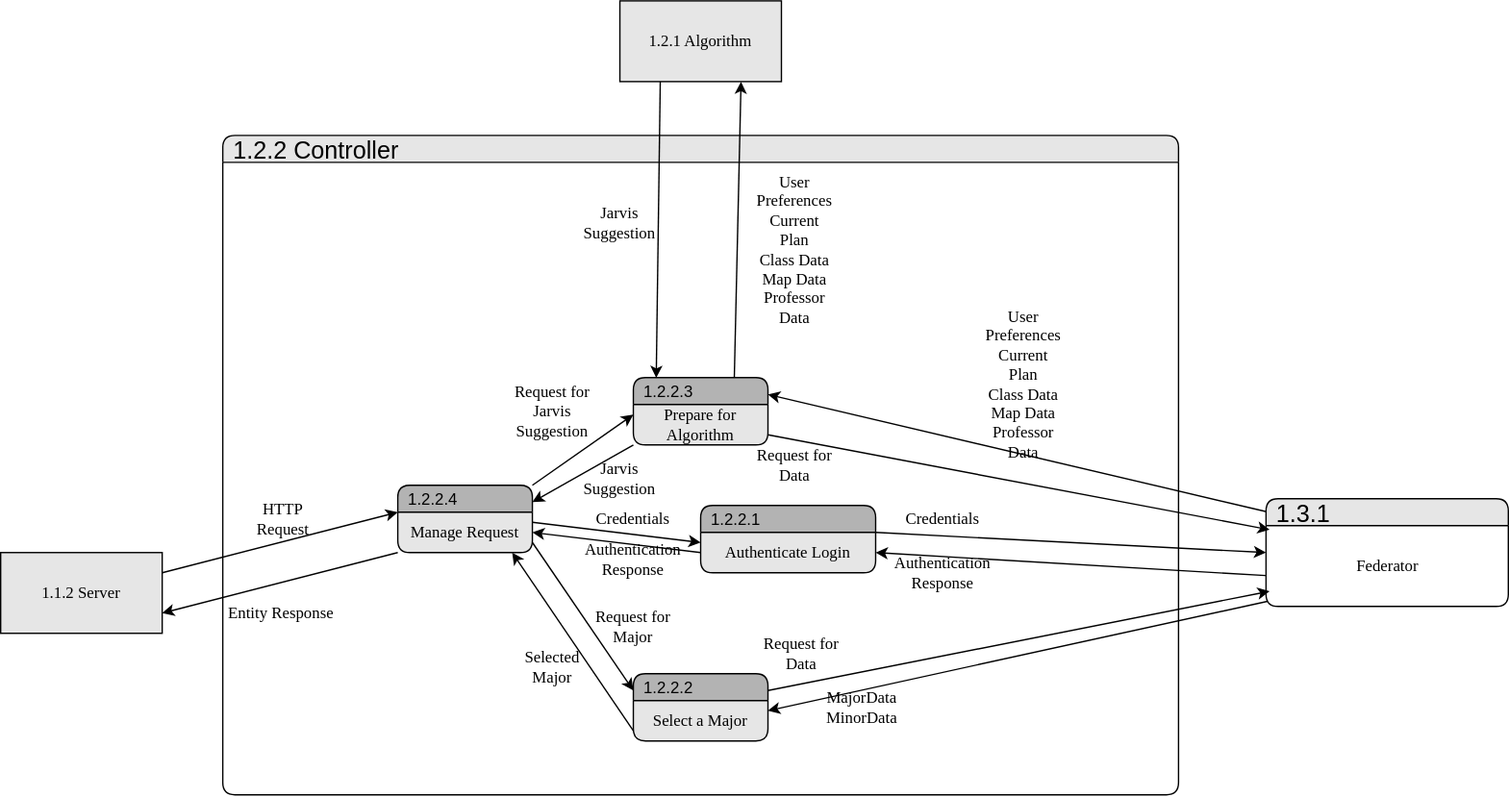
The draw.io diagram Logic/TeamTwoFiles/SimpleController_DFD.drawio.svg in MckennahPalmer/CSE430, before a commit. Source tidied: cells renumbered, new cells last; positions are measured from the earlier drawing's top-left corner, leaving out a move shared by most shapes.
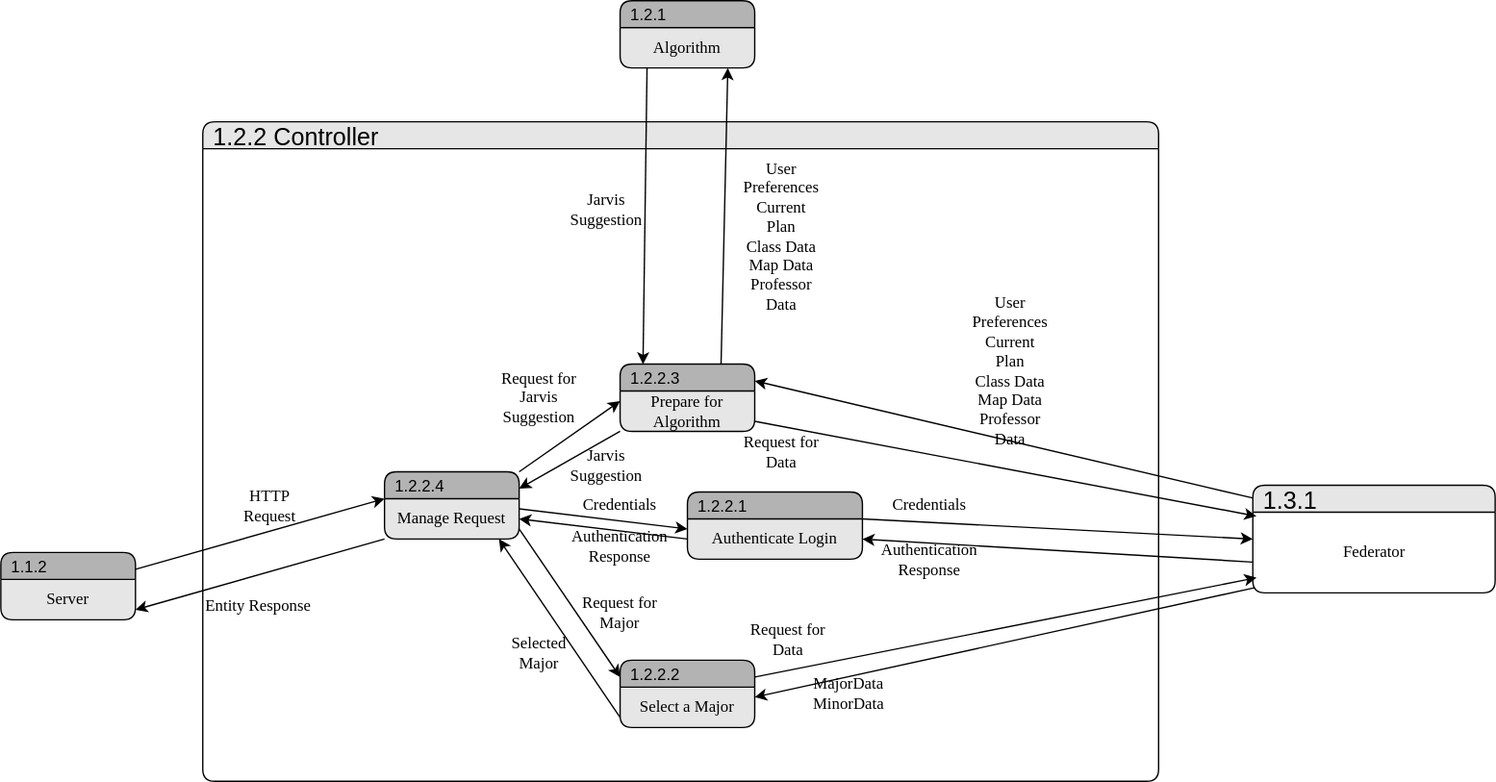
After the commit.

Diff of the diagram source:
```diff
@@ -3,7 +3,7 @@
     <mxCell id="0" />
     <mxCell id="1" parent="0" />
     <mxCell id="2" value="1.2.2 Controller" style="swimlane;fontStyle=0;horizontal=1;startSize=20;fillColor=#E6E6E6;swimlaneFillColor=#FFFFFF;rounded=1;strokeColor=default;align=left;verticalAlign=middle;fontFamily=Helvetica;fontSize=18;fontColor=default;spacingLeft=6;shadow=0;" parent="1" vertex="1">
-      <mxGeometry x="165" y="100" width="710" height="490" as="geometry" />
+      <mxGeometry x="160" y="100" width="710" height="490" as="geometry" />
     </mxCell>
     <mxCell id="3" style="edgeStyle=none;rounded=0;jettySize=auto;html=1;exitX=0.015;exitY=0.621;exitDx=0;exitDy=0;entryX=1;entryY=0.5;entryDx=0;entryDy=0;exitPerimeter=0;" parent="1" edge="1" source="7" target="11">
       <mxGeometry relative="1" as="geometry" />
@@ -20,12 +20,9 @@
     <mxCell id="7" value="&lt;br&gt;&lt;font style=&quot;font-size: 12px;&quot; face=&quot;Times New Roman&quot;&gt;Federator&lt;br&gt;&lt;br&gt;&lt;/font&gt;" style="text;html=1;align=center;verticalAlign=middle;points=[];strokeColor=none;fillColor=none;" parent="6" vertex="1">
       <mxGeometry y="20" width="180" height="60" as="geometry" />
     </mxCell>
-    <mxCell id="8" style="edgeStyle=none;rounded=0;jettySize=auto;html=1;exitX=1;exitY=0.25;exitDx=0;exitDy=0;entryX=0;entryY=0;entryDx=0;entryDy=0;" parent="1" edge="1" source="9" target="23">
+    <mxCell id="8" style="edgeStyle=none;rounded=0;jettySize=auto;html=1;exitX=1;exitY=0.25;exitDx=0;exitDy=0;entryX=0;entryY=0;entryDx=0;entryDy=0;" parent="1" edge="1" source="49" target="23">
       <mxGeometry relative="1" as="geometry" />
     </mxCell>
-    <mxCell id="9" value="&lt;font face=&quot;Times New Roman&quot;&gt;1.1.2 Server&lt;/font&gt;" style="rounded=0;whiteSpace=wrap;html=1;strokeColor=default;align=center;verticalAlign=middle;fontFamily=Helvetica;fontSize=12;fontColor=default;startSize=20;fillColor=#E6E6E6;" parent="1" vertex="1">
-      <mxGeometry y="410" width="120" height="60" as="geometry" />
-    </mxCell>
     <mxCell id="10" value="1.2.2.1" style="swimlane;fontStyle=0;horizontal=1;startSize=20;fillColor=#B3B3B3;swimlaneFillColor=#E6E6E6;rounded=1;strokeColor=default;align=left;verticalAlign=middle;fontFamily=Helvetica;fontSize=12;fontColor=default;spacingLeft=6;shadow=0;" parent="1" vertex="1">
       <mxGeometry x="520" y="375" width="130" height="50" as="geometry" />
     </mxCell>
@@ -38,8 +35,10 @@
     <mxCell id="13" value="&lt;font face=&quot;Times New Roman&quot;&gt;Select a Major&lt;/font&gt;" style="text;html=1;strokeColor=none;fillColor=none;align=center;verticalAlign=middle;whiteSpace=wrap;rounded=0;fontSize=12;fontFamily=Helvetica;fontColor=default;" parent="12" vertex="1">
       <mxGeometry y="20" width="100" height="30" as="geometry" />
     </mxCell>
-    <mxCell id="14" style="edgeStyle=none;rounded=0;jettySize=auto;html=1;exitX=0.75;exitY=0;exitDx=0;exitDy=0;entryX=0.75;entryY=1;entryDx=0;entryDy=0;" parent="1" edge="1" source="15" target="18">
-      <mxGeometry relative="1" as="geometry" />
+    <mxCell id="14" style="edgeStyle=none;rounded=0;jettySize=auto;html=1;exitX=0.75;exitY=0;exitDx=0;exitDy=0;entryX=0.75;entryY=1;entryDx=0;entryDy=0;" parent="1" edge="1" source="15">
+      <mxGeometry relative="1" as="geometry">
+        <mxPoint x="550" y="60" as="targetPoint" />
+      </mxGeometry>
     </mxCell>
     <mxCell id="15" value="1.2.2.3" style="swimlane;fontStyle=0;horizontal=1;startSize=20;fillColor=#B3B3B3;swimlaneFillColor=#E6E6E6;rounded=1;strokeColor=default;align=left;verticalAlign=middle;fontFamily=Helvetica;fontSize=12;fontColor=default;spacingLeft=6;shadow=0;" parent="1" vertex="1">
       <mxGeometry x="470" y="280" width="100" height="50" as="geometry" />
@@ -47,12 +46,11 @@
     <mxCell id="16" value="&lt;font face=&quot;Times New Roman&quot;&gt;Prepare for Algorithm&lt;/font&gt;" style="text;html=1;strokeColor=none;fillColor=none;align=center;verticalAlign=middle;whiteSpace=wrap;rounded=0;fontSize=12;fontFamily=Helvetica;fontColor=default;" parent="15" vertex="1">
       <mxGeometry y="20" width="100" height="30" as="geometry" />
     </mxCell>
-    <mxCell id="17" style="edgeStyle=none;rounded=0;jettySize=auto;html=1;exitX=0.25;exitY=1;exitDx=0;exitDy=0;entryX=0.17;entryY=0.003;entryDx=0;entryDy=0;entryPerimeter=0;" parent="1" edge="1" source="18" target="15">
-      <mxGeometry relative="1" as="geometry" />
+    <mxCell id="17" style="edgeStyle=none;rounded=0;jettySize=auto;html=1;exitX=0.25;exitY=1;exitDx=0;exitDy=0;entryX=0.17;entryY=0.003;entryDx=0;entryDy=0;entryPerimeter=0;" parent="1" edge="1" target="15">
+      <mxGeometry relative="1" as="geometry">
+        <mxPoint x="490" y="60" as="sourcePoint" />
+      </mxGeometry>
     </mxCell>
-    <mxCell id="18" value="&lt;font face=&quot;Times New Roman&quot;&gt;1.2.1 Algorithm&lt;/font&gt;" style="rounded=0;whiteSpace=wrap;html=1;strokeColor=default;align=center;verticalAlign=middle;fontFamily=Helvetica;fontSize=12;fontColor=default;startSize=20;fillColor=#E6E6E6;" parent="1" vertex="1">
-      <mxGeometry x="460" width="120" height="60" as="geometry" />
-    </mxCell>
     <mxCell id="19" value="&lt;font face=&quot;Times New Roman&quot;&gt;User Preferences&lt;br&gt;Current Plan&lt;br&gt;Class Data&lt;br&gt;Map Data&lt;br&gt;Professor Data&lt;/font&gt;" style="text;html=1;align=center;verticalAlign=middle;whiteSpace=wrap;rounded=0;" parent="1" vertex="1">
       <mxGeometry x="560" y="170" width="60" height="30" as="geometry" />
     </mxCell>
@@ -71,7 +69,7 @@
     <mxCell id="24" value="&lt;font face=&quot;Times New Roman&quot;&gt;HTTP Request&lt;br&gt;&lt;/font&gt;" style="text;html=1;align=center;verticalAlign=middle;whiteSpace=wrap;rounded=0;" parent="1" vertex="1">
       <mxGeometry x="180" y="370" width="60" height="30" as="geometry" />
     </mxCell>
-    <mxCell id="25" style="edgeStyle=none;rounded=0;jettySize=auto;html=1;exitX=0;exitY=1;exitDx=0;exitDy=0;entryX=1;entryY=0.75;entryDx=0;entryDy=0;" parent="1" edge="1" source="23" target="9">
+    <mxCell id="25" style="edgeStyle=none;rounded=0;jettySize=auto;html=1;exitX=0;exitY=1;exitDx=0;exitDy=0;entryX=1;entryY=0.75;entryDx=0;entryDy=0;" parent="1" edge="1" source="23" target="50">
       <mxGeometry relative="1" as="geometry" />
     </mxCell>
     <mxCell id="26" value="&lt;font style=&quot;font-size: 12px;&quot; face=&quot;Times New Roman&quot;&gt;Entity Response&lt;br&gt;&lt;/font&gt;" style="edgeLabel;html=1;align=center;verticalAlign=middle;" parent="25" vertex="1">
@@ -141,5 +139,17 @@
     <mxCell id="46" value="&lt;font face=&quot;Times New Roman&quot;&gt;Request for Major&lt;br&gt;&lt;/font&gt;" style="text;html=1;align=center;verticalAlign=middle;whiteSpace=wrap;rounded=0;" parent="1" vertex="1">
       <mxGeometry x="440" y="450" width="60" height="30" as="geometry" />
     </mxCell>
+    <mxCell id="47" value="1.2.1" style="swimlane;fontStyle=0;horizontal=1;startSize=20;fillColor=#B3B3B3;swimlaneFillColor=#E6E6E6;rounded=1;strokeColor=default;align=left;verticalAlign=middle;fontFamily=Helvetica;fontSize=12;fontColor=default;spacingLeft=6;shadow=0;" parent="1" vertex="1">
+      <mxGeometry x="470" y="10" width="100" height="50" as="geometry" />
+    </mxCell>
+    <mxCell id="48" value="&lt;font face=&quot;Times New Roman&quot;&gt;Algorithm&lt;/font&gt;" style="text;html=1;strokeColor=none;fillColor=none;align=center;verticalAlign=middle;whiteSpace=wrap;rounded=0;fontSize=12;fontFamily=Helvetica;fontColor=default;" parent="47" vertex="1">
+      <mxGeometry y="20" width="100" height="30" as="geometry" />
+    </mxCell>
+    <mxCell id="49" value="1.1.2" style="swimlane;fontStyle=0;horizontal=1;startSize=20;fillColor=#B3B3B3;swimlaneFillColor=#E6E6E6;rounded=1;strokeColor=default;align=left;verticalAlign=middle;fontFamily=Helvetica;fontSize=12;fontColor=default;spacingLeft=6;shadow=0;" parent="1" vertex="1">
+      <mxGeometry x="10" y="420" width="100" height="50" as="geometry" />
+    </mxCell>
+    <mxCell id="50" value="&lt;font face=&quot;Times New Roman&quot;&gt;Server&lt;/font&gt;" style="text;html=1;strokeColor=none;fillColor=none;align=center;verticalAlign=middle;whiteSpace=wrap;rounded=0;fontSize=12;fontFamily=Helvetica;fontColor=default;" parent="49" vertex="1">
+      <mxGeometry y="20" width="100" height="30" as="geometry" />
+    </mxCell>
   </root>
 </mxGraphModel>
```
